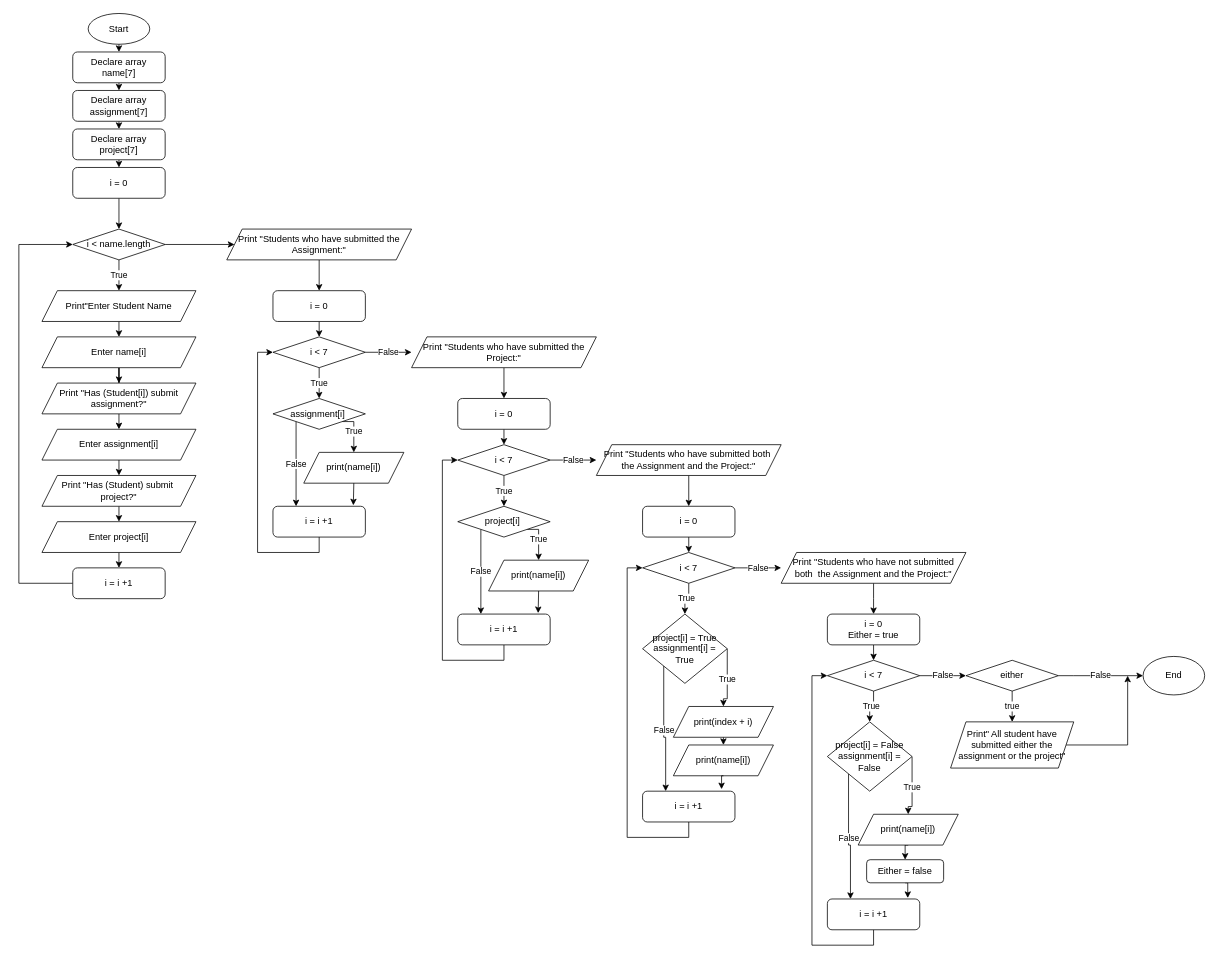
Earlier version of the draw.io diagram Untitled Diagram.drawio (NEOQX/NEOQX). Source tidied: cells renumbered, new cells numbered last; positions are measured from the earlier drawing's top-left corner, leaving out a move shared by most shapes. Both pictures are drawn from the tidied source at 77%, with x=0, y=0 at pixel (18, 13).
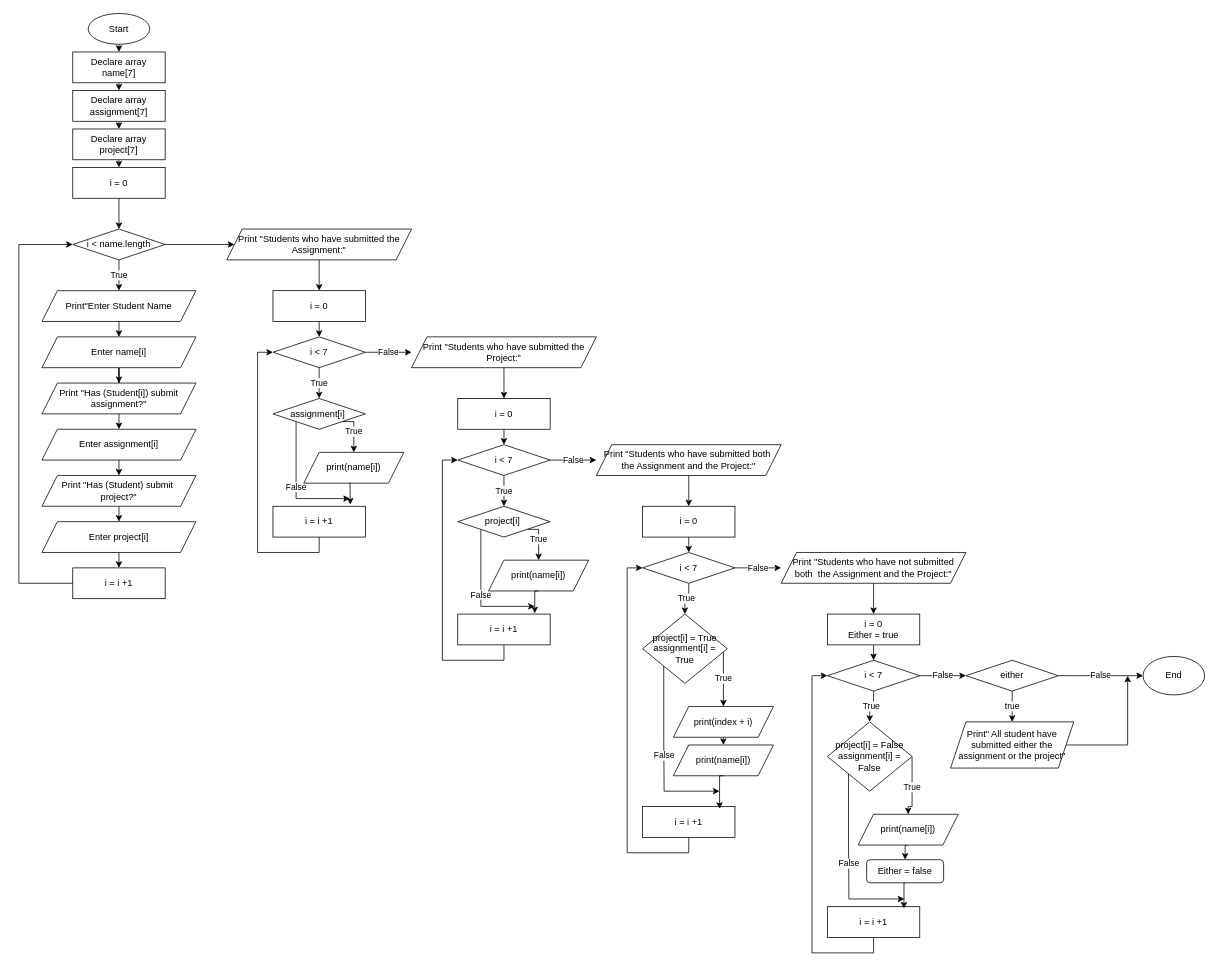
After the change.

Unchanged cells that the change refers to:
```xml
<mxCell id="38" value="assignment[i]&amp;nbsp;" style="rhombus;whiteSpace=wrap;html=1;" parent="1" vertex="1">
  <mxGeometry x="330" y="500" width="120" height="40" as="geometry" />
</mxCell>
<mxCell id="39" value="print(name[i])" style="shape=parallelogram;perimeter=parallelogramPerimeter;whiteSpace=wrap;html=1;fixedSize=1;" parent="1" vertex="1">
  <mxGeometry x="370" y="570" width="130" height="40" as="geometry" />
</mxCell>
<mxCell id="52" value="project[i]&amp;nbsp;" style="rhombus;whiteSpace=wrap;html=1;" parent="1" vertex="1">
  <mxGeometry x="570" y="640" width="120" height="40" as="geometry" />
</mxCell>
<mxCell id="53" value="print(name[i])" style="shape=parallelogram;perimeter=parallelogramPerimeter;whiteSpace=wrap;html=1;fixedSize=1;" parent="1" vertex="1">
  <mxGeometry x="610" y="710" width="130" height="40" as="geometry" />
</mxCell>
<mxCell id="66" value="project[i] = True&lt;br&gt;assignment[i] = True" style="rhombus;whiteSpace=wrap;html=1;" parent="1" vertex="1">
  <mxGeometry x="810" y="780" width="110" height="90" as="geometry" />
</mxCell>
<mxCell id="68" value="print(index + i)" style="shape=parallelogram;perimeter=parallelogramPerimeter;whiteSpace=wrap;html=1;fixedSize=1;" parent="1" vertex="1">
  <mxGeometry x="850" y="900" width="130" height="40" as="geometry" />
</mxCell>
<mxCell id="80" value="project[i] = False&lt;br&gt;assignment[i] = False" style="rhombus;whiteSpace=wrap;html=1;" parent="1" vertex="1">
  <mxGeometry x="1050" y="920" width="110" height="90" as="geometry" />
</mxCell>
<mxCell id="86" value="print(name[i])" style="shape=parallelogram;perimeter=parallelogramPerimeter;whiteSpace=wrap;html=1;fixedSize=1;" parent="1" vertex="1">
  <mxGeometry x="850" y="950" width="130" height="40" as="geometry" />
</mxCell>
<mxCell id="88" value="Either = false" style="rounded=1;whiteSpace=wrap;html=1;" parent="1" vertex="1">
  <mxGeometry x="1101" y="1099" width="100" height="30" as="geometry" />
</mxCell>
```

What changed in the source:
```diff
@@
-    <mxCell id="5" value="&lt;br&gt;&lt;span style=&quot;color: rgb(0, 0, 0); font-family: Helvetica; font-size: 12px; font-style: normal; font-variant-ligatures: normal; font-variant-caps: normal; font-weight: 400; letter-spacing: normal; orphans: 2; text-align: center; text-indent: 0px; text-transform: none; widows: 2; word-spacing: 0px; -webkit-text-stroke-width: 0px; white-space: normal; background-color: rgb(251, 251, 251); text-decoration-thickness: initial; text-decoration-style: initial; text-decoration-color: initial; float: none; display: inline !important;&quot;&gt;Declare array project[7]&lt;/span&gt;&lt;div&gt;&lt;br/&gt;&lt;/div&gt;" style="rounded=1;whiteSpace=wrap;html=1;" parent="1" vertex="1">
+    <mxCell id="5" value="&lt;br&gt;&lt;span style=&quot;color: rgb(0, 0, 0); font-family: Helvetica; font-size: 12px; font-style: normal; font-variant-ligatures: normal; font-variant-caps: normal; font-weight: 400; letter-spacing: normal; orphans: 2; text-align: center; text-indent: 0px; text-transform: none; widows: 2; word-spacing: 0px; -webkit-text-stroke-width: 0px; white-space: normal; background-color: rgb(251, 251, 251); text-decoration-thickness: initial; text-decoration-style: initial; text-decoration-color: initial; float: none; display: inline !important;&quot;&gt;Declare array project[7]&lt;/span&gt;&lt;div&gt;&lt;br/&gt;&lt;/div&gt;" style="rounded=1;whiteSpace=wrap;html=1;arcSize=0;" parent="1" vertex="1">
       <mxGeometry x="70" y="150" width="120" height="40" as="geometry" />
     </mxCell>
@@
-    <mxCell id="7" value="&lt;br&gt;&lt;span style=&quot;color: rgb(0, 0, 0); font-family: Helvetica; font-size: 12px; font-style: normal; font-variant-ligatures: normal; font-variant-caps: normal; font-weight: 400; letter-spacing: normal; orphans: 2; text-align: center; text-indent: 0px; text-transform: none; widows: 2; word-spacing: 0px; -webkit-text-stroke-width: 0px; white-space: normal; background-color: rgb(251, 251, 251); text-decoration-thickness: initial; text-decoration-style: initial; text-decoration-color: initial; float: none; display: inline !important;&quot;&gt;Declare array assignment[7]&lt;/span&gt;&lt;div&gt;&lt;br/&gt;&lt;/div&gt;" style="rounded=1;whiteSpace=wrap;html=1;" parent="1" vertex="1">
+    <mxCell id="7" value="&lt;br&gt;&lt;span style=&quot;color: rgb(0, 0, 0); font-family: Helvetica; font-size: 12px; font-style: normal; font-variant-ligatures: normal; font-variant-caps: normal; font-weight: 400; letter-spacing: normal; orphans: 2; text-align: center; text-indent: 0px; text-transform: none; widows: 2; word-spacing: 0px; -webkit-text-stroke-width: 0px; white-space: normal; background-color: rgb(251, 251, 251); text-decoration-thickness: initial; text-decoration-style: initial; text-decoration-color: initial; float: none; display: inline !important;&quot;&gt;Declare array assignment[7]&lt;/span&gt;&lt;div&gt;&lt;br/&gt;&lt;/div&gt;" style="rounded=1;whiteSpace=wrap;html=1;arcSize=0;" parent="1" vertex="1">
       <mxGeometry x="70" y="100" width="120" height="40" as="geometry" />
     </mxCell>
@@
-    <mxCell id="9" value="Declare array name[7]" style="rounded=1;whiteSpace=wrap;html=1;" parent="1" vertex="1">
+    <mxCell id="9" value="Declare array name[7]" style="rounded=1;whiteSpace=wrap;html=1;arcSize=0;" parent="1" vertex="1">
       <mxGeometry x="70" y="50" width="120" height="40" as="geometry" />
     </mxCell>
@@
-    <mxCell id="11" value="i = 0" style="rounded=1;whiteSpace=wrap;html=1;" parent="1" vertex="1">
+    <mxCell id="11" value="i = 0" style="rounded=1;whiteSpace=wrap;html=1;arcSize=0;" parent="1" vertex="1">
       <mxGeometry x="70" y="200" width="120" height="40" as="geometry" />
     </mxCell>
@@
-    <mxCell id="28" value="i = i +1" style="rounded=1;whiteSpace=wrap;html=1;" parent="1" vertex="1">
+    <mxCell id="28" value="i = i +1" style="rounded=1;whiteSpace=wrap;html=1;arcSize=0;" parent="1" vertex="1">
       <mxGeometry x="70" y="720" width="120" height="40" as="geometry" />
     </mxCell>
@@
-    <mxCell id="32" value="i = 0" style="rounded=1;whiteSpace=wrap;html=1;" parent="1" vertex="1">
+    <mxCell id="32" value="i = 0" style="rounded=1;whiteSpace=wrap;html=1;arcSize=0;" parent="1" vertex="1">
       <mxGeometry x="330" y="360" width="120" height="40" as="geometry" />
     </mxCell>
@@
-    <mxCell id="36" value="False" style="edgeStyle=orthogonalEdgeStyle;rounded=0;jettySize=auto;html=1;exitX=0;exitY=1;exitDx=0;exitDy=0;entryX=0.25;entryY=0;entryDx=0;entryDy=0;" parent="1" edge="1" source="38" target="41">
-      <mxGeometry relative="1" as="geometry" />
+    <mxCell id="36" value="False" style="edgeStyle=orthogonalEdgeStyle;rounded=0;jettySize=auto;html=1;exitX=0;exitY=1;exitDx=0;exitDy=0;" parent="1" edge="1" source="38">
+      <mxGeometry relative="1" as="geometry">
+        <mxPoint x="430" y="630" as="targetPoint" />
+        <Array as="points">
+          <mxPoint x="360" y="630" />
+        </Array>
+      </mxGeometry>
     </mxCell>
@@
-    <mxCell id="41" value="i = i +1" style="rounded=1;whiteSpace=wrap;html=1;" parent="1" vertex="1">
+    <mxCell id="41" value="i = i +1" style="rounded=1;whiteSpace=wrap;html=1;arcSize=0;" parent="1" vertex="1">
       <mxGeometry x="330" y="640" width="120" height="40" as="geometry" />
     </mxCell>
-    <mxCell id="42" style="edgeStyle=orthogonalEdgeStyle;rounded=0;jettySize=auto;html=1;exitX=0.5;exitY=1;exitDx=0;exitDy=0;entryX=0.87;entryY=-0.032;entryDx=0;entryDy=0;entryPerimeter=0;" parent="1" edge="1" source="39" target="41">
+    <mxCell id="42" style="edgeStyle=orthogonalEdgeStyle;rounded=0;jettySize=auto;html=1;exitX=0.462;exitY=0.98;exitDx=0;exitDy=0;entryX=0.837;entryY=-0.054;entryDx=0;entryDy=0;entryPerimeter=0;exitPerimeter=0;" parent="1" edge="1" source="39" target="41">
       <mxGeometry relative="1" as="geometry" />
     </mxCell>
@@
-    <mxCell id="46" value="i = 0" style="rounded=1;whiteSpace=wrap;html=1;" parent="1" vertex="1">
+    <mxCell id="46" value="i = 0" style="rounded=1;whiteSpace=wrap;html=1;arcSize=0;" parent="1" vertex="1">
       <mxGeometry x="570" y="500" width="120" height="40" as="geometry" />
     </mxCell>
@@
-    <mxCell id="50" value="False" style="edgeStyle=orthogonalEdgeStyle;rounded=0;jettySize=auto;html=1;exitX=0;exitY=1;exitDx=0;exitDy=0;entryX=0.25;entryY=0;entryDx=0;entryDy=0;" parent="1" edge="1" source="52" target="55">
-      <mxGeometry relative="1" as="geometry" />
+    <mxCell id="50" value="False" style="edgeStyle=orthogonalEdgeStyle;rounded=0;jettySize=auto;html=1;exitX=0;exitY=1;exitDx=0;exitDy=0;" parent="1" edge="1" source="52">
+      <mxGeometry relative="1" as="geometry">
+        <mxPoint x="670" y="770" as="targetPoint" />
+        <Array as="points">
+          <mxPoint x="600" y="770" />
+        </Array>
+      </mxGeometry>
     </mxCell>
@@
-    <mxCell id="55" value="i = i +1" style="rounded=1;whiteSpace=wrap;html=1;" parent="1" vertex="1">
+    <mxCell id="55" value="i = i +1" style="rounded=1;whiteSpace=wrap;html=1;arcSize=0;" parent="1" vertex="1">
       <mxGeometry x="570" y="780" width="120" height="40" as="geometry" />
     </mxCell>
-    <mxCell id="56" style="edgeStyle=orthogonalEdgeStyle;rounded=0;jettySize=auto;html=1;exitX=0.5;exitY=1;exitDx=0;exitDy=0;entryX=0.87;entryY=-0.032;entryDx=0;entryDy=0;entryPerimeter=0;" parent="1" edge="1" source="53" target="55">
-      <mxGeometry relative="1" as="geometry" />
+    <mxCell id="56" style="edgeStyle=orthogonalEdgeStyle;rounded=0;jettySize=auto;html=1;exitX=0.5;exitY=1;exitDx=0;exitDy=0;" parent="1" edge="1" source="53">
+      <mxGeometry relative="1" as="geometry">
+        <mxPoint x="670" y="779" as="targetPoint" />
+      </mxGeometry>
     </mxCell>
@@
-    <mxCell id="60" value="i = 0" style="rounded=1;whiteSpace=wrap;html=1;" parent="1" vertex="1">
+    <mxCell id="60" value="i = 0" style="rounded=1;whiteSpace=wrap;html=1;arcSize=0;" parent="1" vertex="1">
       <mxGeometry x="810" y="640" width="120" height="40" as="geometry" />
     </mxCell>
@@
+    <mxCell id="65" value="True" style="edgeStyle=orthogonalEdgeStyle;rounded=0;jettySize=auto;html=1;entryX=0.5;entryY=0;entryDx=0;entryDy=0;" parent="1" edge="1" source="66" target="68">
+      <mxGeometry relative="1" as="geometry">
+        <Array as="points">
+          <mxPoint x="915" y="900" />
+          <mxPoint x="915" y="900" />
+        </Array>
+      </mxGeometry>
+    </mxCell>
-    <mxCell id="64" value="False" style="edgeStyle=orthogonalEdgeStyle;rounded=0;jettySize=auto;html=1;exitX=0;exitY=1;exitDx=0;exitDy=0;entryX=0.25;entryY=0;entryDx=0;entryDy=0;" parent="1" edge="1" source="66" target="70">
-      <mxGeometry relative="1" as="geometry" />
+    <mxCell id="64" value="False" style="edgeStyle=orthogonalEdgeStyle;rounded=0;jettySize=auto;html=1;exitX=0;exitY=1;exitDx=0;exitDy=0;" parent="1" edge="1" source="66">
+      <mxGeometry relative="1" as="geometry">
+        <mxPoint x="910" y="1010" as="targetPoint" />
+        <Array as="points">
+          <mxPoint x="838" y="940" />
+          <mxPoint x="838" y="1010" />
+        </Array>
+      </mxGeometry>
     </mxCell>
-    <mxCell id="65" value="True" style="edgeStyle=orthogonalEdgeStyle;rounded=0;jettySize=auto;html=1;entryX=0.5;entryY=0;entryDx=0;entryDy=0;" parent="1" edge="1" source="66" target="68">
-      <mxGeometry relative="1" as="geometry">
-        <Array as="points">
-          <mxPoint x="920" y="890" />
-          <mxPoint x="915" y="890" />
-        </Array>
-      </mxGeometry>
-    </mxCell>
@@
-    <mxCell id="70" value="i = i +1" style="rounded=1;whiteSpace=wrap;html=1;" parent="1" vertex="1">
-      <mxGeometry x="810" y="1010" width="120" height="40" as="geometry" />
+    <mxCell id="70" value="i = i +1" style="rounded=1;whiteSpace=wrap;html=1;arcSize=0;" parent="1" vertex="1">
+      <mxGeometry x="810" y="1030" width="120" height="40" as="geometry" />
     </mxCell>
@@
-    <mxCell id="74" value="i = 0&lt;br&gt;Either = true" style="rounded=1;whiteSpace=wrap;html=1;" parent="1" vertex="1">
+    <mxCell id="74" value="i = 0&lt;br&gt;Either = true" style="rounded=1;whiteSpace=wrap;html=1;arcSize=0;" parent="1" vertex="1">
       <mxGeometry x="1050" y="780" width="120" height="40" as="geometry" />
     </mxCell>
@@
-    <mxCell id="78" value="False" style="edgeStyle=orthogonalEdgeStyle;rounded=0;jettySize=auto;html=1;exitX=0;exitY=1;exitDx=0;exitDy=0;entryX=0.25;entryY=0;entryDx=0;entryDy=0;" parent="1" edge="1" source="80" target="84">
-      <mxGeometry relative="1" as="geometry" />
+    <mxCell id="78" value="False" style="edgeStyle=orthogonalEdgeStyle;rounded=0;jettySize=auto;html=1;exitX=0;exitY=1;exitDx=0;exitDy=0;" parent="1" edge="1" source="80">
+      <mxGeometry relative="1" as="geometry">
+        <mxPoint x="1150" y="1150" as="targetPoint" />
+        <Array as="points">
+          <mxPoint x="1078" y="1080" />
+          <mxPoint x="1078" y="1150" />
+        </Array>
+      </mxGeometry>
     </mxCell>
@@
-    <mxCell id="84" value="i = i +1" style="rounded=1;whiteSpace=wrap;html=1;" parent="1" vertex="1">
-      <mxGeometry x="1050" y="1150" width="120" height="40" as="geometry" />
+    <mxCell id="84" value="i = i +1" style="rounded=1;whiteSpace=wrap;html=1;arcSize=0;" parent="1" vertex="1">
+      <mxGeometry x="1050" y="1160" width="120" height="40" as="geometry" />
     </mxCell>
-    <mxCell id="85" style="edgeStyle=orthogonalEdgeStyle;rounded=0;jettySize=auto;html=1;exitX=0.5;exitY=1;exitDx=0;exitDy=0;entryX=0.87;entryY=-0.032;entryDx=0;entryDy=0;entryPerimeter=0;" parent="1" edge="1" source="88" target="84">
+    <mxCell id="85" style="edgeStyle=orthogonalEdgeStyle;rounded=0;jettySize=auto;html=1;exitX=0.5;exitY=1;exitDx=0;exitDy=0;entryX=0.829;entryY=0.062;entryDx=0;entryDy=0;entryPerimeter=0;" parent="1" edge="1" source="88" target="84">
       <mxGeometry relative="1" as="geometry" />
     </mxCell>
@@
-    <mxCell id="87" style="edgeStyle=orthogonalEdgeStyle;rounded=0;jettySize=auto;html=1;exitX=0.5;exitY=1;exitDx=0;exitDy=0;entryX=0.855;entryY=-0.064;entryDx=0;entryDy=0;entryPerimeter=0;" parent="1" edge="1" source="86" target="70">
-      <mxGeometry relative="1" as="geometry" />
+    <mxCell id="87" style="edgeStyle=orthogonalEdgeStyle;rounded=0;jettySize=auto;html=1;exitX=0.5;exitY=1;exitDx=0;exitDy=0;entryX=0.837;entryY=0.074;entryDx=0;entryDy=0;entryPerimeter=0;" parent="1" edge="1" source="86" target="70">
+      <mxGeometry relative="1" as="geometry">
+        <Array as="points">
+          <mxPoint x="910" y="990" />
+          <mxPoint x="910" y="1027" />
+        </Array>
+      </mxGeometry>
     </mxCell>
```
